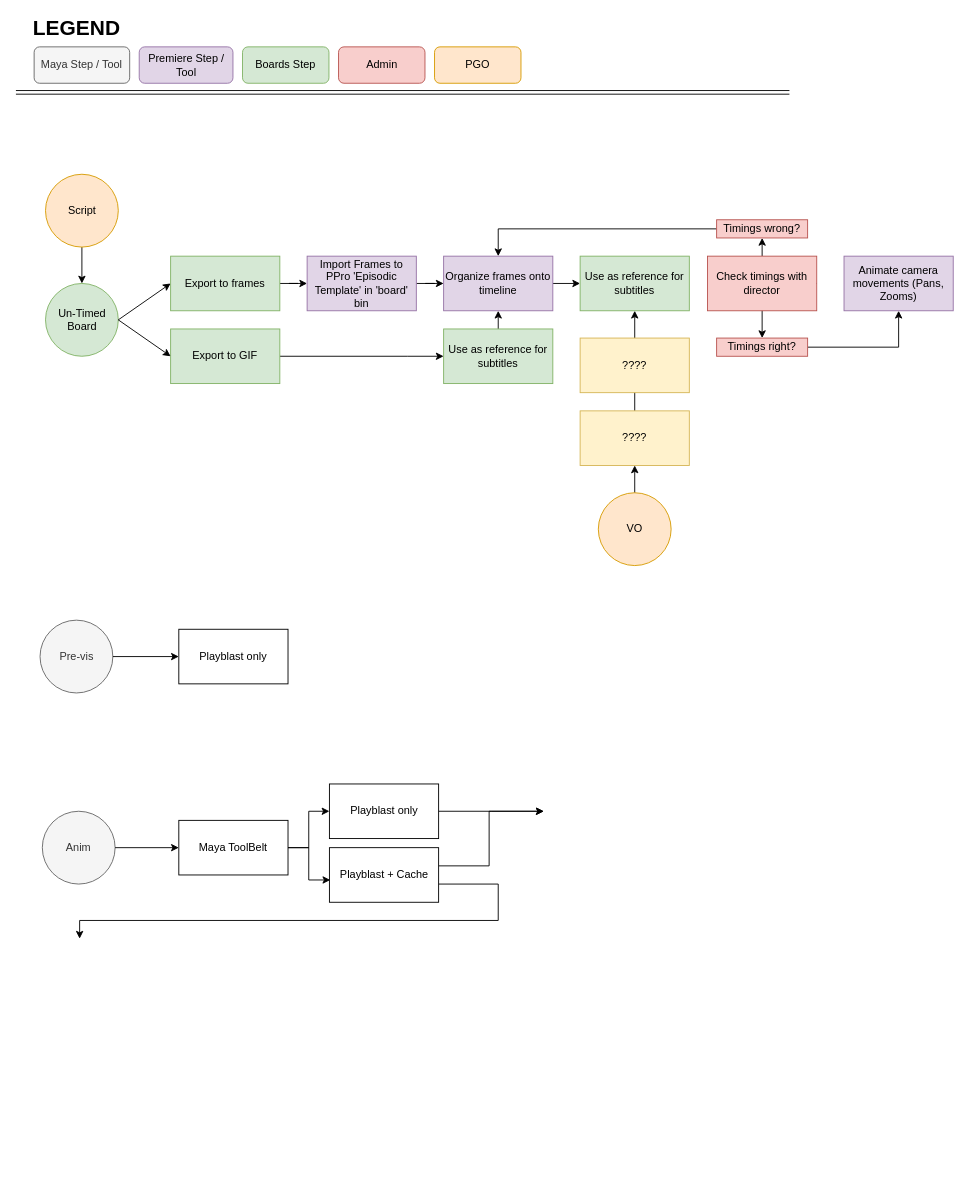
Before: PPro Pipeline Flowchart.drawio in jpntong/ElbowGrease, a draw.io diagram. Source tidied: cells renumbered, new cells numbered last; positions are measured from the earlier drawing's top-left corner, leaving out a move shared by most shapes. Both pictures are drawn from the tidied source at 91%, with x=0, y=0 at pixel (15, 19).
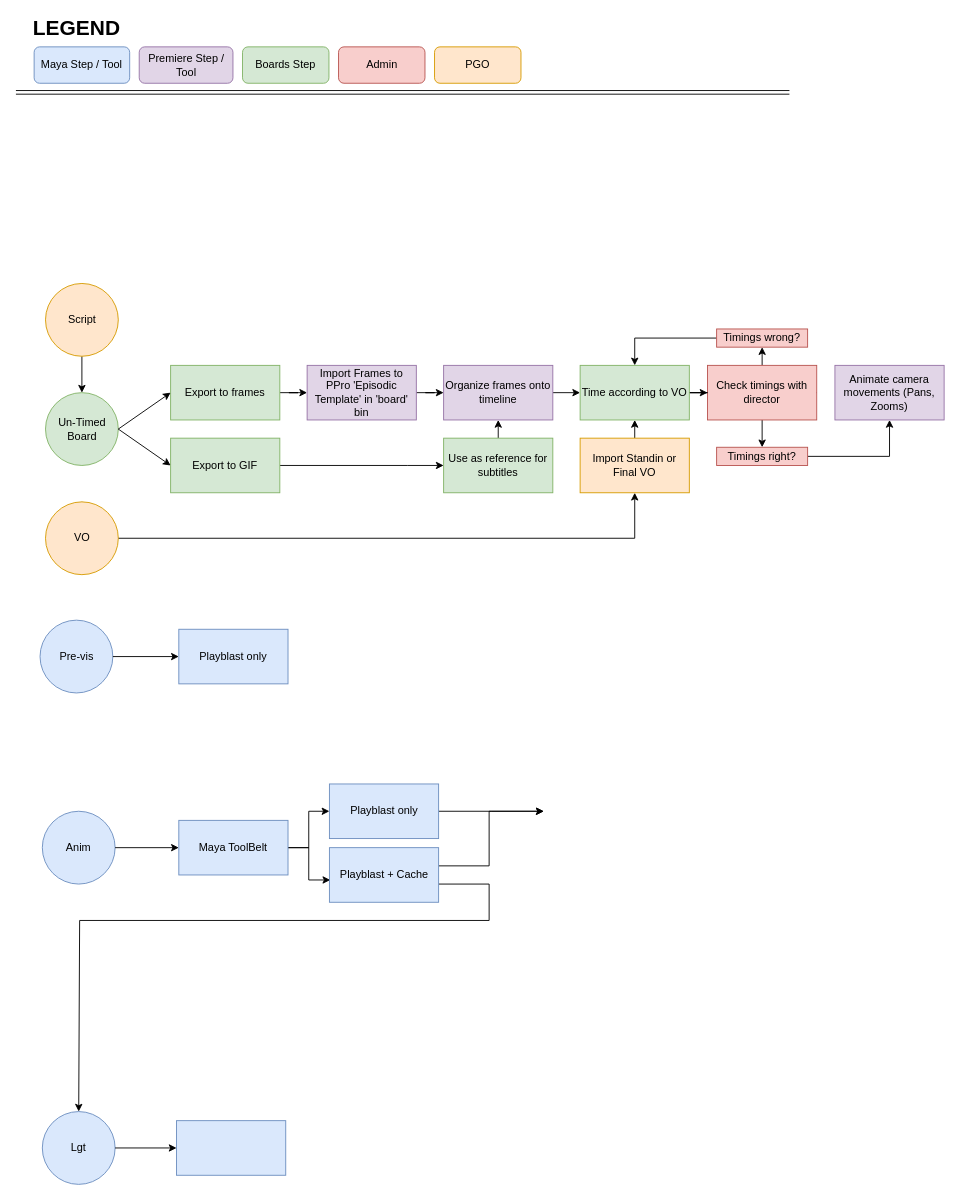
After the change.

Diff of the diagram source:
```diff
@@
-    <mxCell id="2" value="Pre-vis" style="ellipse;whiteSpace=wrap;html=1;fillColor=#f5f5f5;strokeColor=#666666;fontColor=#333333;" parent="1" vertex="1">
+    <mxCell id="2" value="Pre-vis" style="ellipse;whiteSpace=wrap;html=1;fillColor=#dae8fc;strokeColor=#6c8ebf;" parent="1" vertex="1">
       <mxGeometry x="26.5" y="660" width="80" height="80" as="geometry" />
     </mxCell>
-    <mxCell id="3" style="endArrow=classic;html=1;exitX=1;exitY=0.5;exitDx=0;exitDy=0;entryX=0;entryY=0.5;entryDx=0;entryDy=0;" parent="1" edge="1" source="2" target="40">
+    <mxCell id="3" style="endArrow=classic;html=1;exitX=1;exitY=0.5;exitDx=0;exitDy=0;entryX=0;entryY=0.5;entryDx=0;entryDy=0;fillColor=#dae8fc;strokeColor=#000000;" parent="1" edge="1" source="2" target="40">
       <mxGeometry relative="1" as="geometry" />
     </mxCell>
     <mxCell id="4" value="Un-Timed Board" style="ellipse;whiteSpace=wrap;html=1;fillColor=#d5e8d4;strokeColor=#82b366;" parent="1" vertex="1">
-      <mxGeometry x="32.5" y="290" width="80" height="80" as="geometry" />
+      <mxGeometry x="32.5" y="410" width="80" height="80" as="geometry" />
     </mxCell>
@@
     <mxCell id="6" value="Export to frames" style="rounded=0;whiteSpace=wrap;html=1;fillColor=#d5e8d4;strokeColor=#82b366;" parent="1" vertex="1">
-      <mxGeometry x="170" y="260" width="120" height="60" as="geometry" />
+      <mxGeometry x="170" y="380" width="120" height="60" as="geometry" />
     </mxCell>
@@
     <mxCell id="8" style="edgeStyle=orthogonalEdgeStyle;rounded=0;jettySize=auto;html=1;entryX=0;entryY=0.5;entryDx=0;entryDy=0;" parent="1" edge="1" source="9" target="12">
       <mxGeometry relative="1" as="geometry">
         <Array as="points">
-          <mxPoint x="430" y="370" />
-          <mxPoint x="430" y="370" />
+          <mxPoint x="430" y="490" />
+          <mxPoint x="430" y="490" />
         </Array>
       </mxGeometry>
     </mxCell>
     <mxCell id="9" value="Export to GIF" style="rounded=0;whiteSpace=wrap;html=1;fillColor=#d5e8d4;strokeColor=#82b366;" parent="1" vertex="1">
-      <mxGeometry x="170" y="340" width="120" height="60" as="geometry" />
+      <mxGeometry x="170" y="460" width="120" height="60" as="geometry" />
     </mxCell>
@@
     <mxCell id="12" value="Use as reference for subtitles" style="rounded=0;whiteSpace=wrap;html=1;fillColor=#d5e8d4;strokeColor=#82b366;" parent="1" vertex="1">
-      <mxGeometry x="470" y="340" width="120" height="60" as="geometry" />
+      <mxGeometry x="470" y="460" width="120" height="60" as="geometry" />
     </mxCell>
@@
     <mxCell id="14" value="Import Frames to PPro 'Episodic Template' in 'board' bin&lt;br&gt;" style="rounded=0;whiteSpace=wrap;html=1;fillColor=#e1d5e7;strokeColor=#9673a6;" parent="1" vertex="1">
-      <mxGeometry x="320" y="260" width="120" height="60" as="geometry" />
+      <mxGeometry x="320" y="380" width="120" height="60" as="geometry" />
     </mxCell>
@@
     <mxCell id="16" value="Organize frames onto timeline" style="rounded=0;whiteSpace=wrap;html=1;fillColor=#e1d5e7;strokeColor=#9673a6;" parent="1" vertex="1">
-      <mxGeometry x="470" y="260" width="120" height="60" as="geometry" />
+      <mxGeometry x="470" y="380" width="120" height="60" as="geometry" />
     </mxCell>
-    <mxCell id="17" value="Maya Step / Tool" style="rounded=1;whiteSpace=wrap;html=1;fillColor=#f5f5f5;strokeColor=#666666;fontColor=#333333;" parent="1" vertex="1">
+    <mxCell id="17" value="Maya Step / Tool" style="rounded=1;whiteSpace=wrap;html=1;fillColor=#dae8fc;strokeColor=#6c8ebf;" parent="1" vertex="1">
       <mxGeometry x="20" y="30" width="105" height="40" as="geometry" />
     </mxCell>
@@
     <mxCell id="22" style="edgeStyle=orthogonalEdgeStyle;rounded=0;jettySize=auto;html=1;exitX=1;exitY=0.5;exitDx=0;exitDy=0;" parent="1" edge="1" source="24" target="26">
       <mxGeometry relative="1" as="geometry">
         <Array as="points">
-          <mxPoint x="820" y="290" />
+          <mxPoint x="820" y="410" />
         </Array>
       </mxGeometry>
     </mxCell>
@@
     <mxCell id="24" value="Check timings with director&lt;br&gt;" style="rounded=0;whiteSpace=wrap;html=1;fillColor=#f8cecc;strokeColor=#b85450;" parent="1" vertex="1">
-      <mxGeometry x="760" y="260" width="120" height="60" as="geometry" />
+      <mxGeometry x="760" y="380" width="120" height="60" as="geometry" />
     </mxCell>
@@
     <mxCell id="26" value="Timings right?" style="rounded=0;whiteSpace=wrap;html=1;fillColor=#f8cecc;strokeColor=#b85450;" parent="1" vertex="1">
-      <mxGeometry x="770" y="350" width="100" height="20" as="geometry" />
+      <mxGeometry x="770" y="470" width="100" height="20" as="geometry" />
     </mxCell>
-    <mxCell id="27" style="edgeStyle=orthogonalEdgeStyle;rounded=0;jettySize=auto;html=1;exitX=0;exitY=0.5;exitDx=0;exitDy=0;" parent="1" edge="1" source="36" target="16">
-      <mxGeometry relative="1" as="geometry">
-        <Array as="points">
-          <mxPoint x="530" y="230" />
-        </Array>
-      </mxGeometry>
-    </mxCell>
     <mxCell id="28" value="Animate camera movements (Pans, Zooms)" style="rounded=0;whiteSpace=wrap;html=1;fillColor=#e1d5e7;strokeColor=#9673a6;" parent="1" vertex="1">
-      <mxGeometry x="910" y="260" width="120" height="60" as="geometry" />
+      <mxGeometry x="900" y="380" width="120" height="60" as="geometry" />
     </mxCell>
@@
     <mxCell id="32" value="Script" style="ellipse;whiteSpace=wrap;html=1;fillColor=#ffe6cc;strokeColor=#d79b00;" parent="1" vertex="1">
-      <mxGeometry x="32.5" y="170" width="80" height="80" as="geometry" />
+      <mxGeometry x="32.5" y="290" width="80" height="80" as="geometry" />
     </mxCell>
     <mxCell id="33" style="edgeStyle=orthogonalEdgeStyle;rounded=0;jettySize=auto;html=1;exitX=0.5;exitY=0;exitDx=0;exitDy=0;entryX=0.5;entryY=1;entryDx=0;entryDy=0;" parent="1" edge="1" source="34" target="38">
-      <mxGeometry relative="1" as="geometry" />
+      <mxGeometry relative="1" as="geometry">
+        <Array as="points">
+          <mxPoint x="73" y="570" />
+          <mxPoint x="680" y="570" />
+        </Array>
+      </mxGeometry>
     </mxCell>
     <mxCell id="34" value="VO" style="ellipse;whiteSpace=wrap;html=1;fillColor=#ffe6cc;strokeColor=#d79b00;" parent="1" vertex="1">
-      <mxGeometry x="640" y="520" width="80" height="80" as="geometry" />
+      <mxGeometry x="32.5" y="530" width="80" height="80" as="geometry" />
     </mxCell>
+    <mxCell id="51" style="edgeStyle=orthogonalEdgeStyle;rounded=0;jettySize=auto;html=1;entryX=0;entryY=0.5;entryDx=0;entryDy=0;" parent="1" edge="1" source="35" target="24">
+      <mxGeometry relative="1" as="geometry" />
+    </mxCell>
-    <mxCell id="35" value="Use as reference for subtitles" style="rounded=0;whiteSpace=wrap;html=1;fillColor=#d5e8d4;strokeColor=#82b366;" parent="1" vertex="1">
-      <mxGeometry x="620" y="260" width="120" height="60" as="geometry" />
+    <mxCell id="35" value="Time according to VO" style="rounded=0;whiteSpace=wrap;html=1;fillColor=#d5e8d4;strokeColor=#82b366;" parent="1" vertex="1">
+      <mxGeometry x="620" y="380" width="120" height="60" as="geometry" />
     </mxCell>
+    <mxCell id="52" style="edgeStyle=orthogonalEdgeStyle;rounded=0;jettySize=auto;html=1;entryX=0.5;entryY=0;entryDx=0;entryDy=0;" parent="1" edge="1" source="36" target="35">
+      <mxGeometry relative="1" as="geometry" />
+    </mxCell>
     <mxCell id="36" value="Timings wrong?" style="rounded=0;whiteSpace=wrap;html=1;fillColor=#f8cecc;strokeColor=#b85450;" parent="1" vertex="1">
-      <mxGeometry x="770" y="220" width="100" height="20" as="geometry" />
+      <mxGeometry x="770" y="340" width="100" height="20" as="geometry" />
     </mxCell>
@@
-    <mxCell id="38" value="????" style="rounded=0;whiteSpace=wrap;html=1;fillColor=#fff2cc;strokeColor=#d6b656;" parent="1" vertex="1">
-      <mxGeometry x="620" y="430" width="120" height="60" as="geometry" />
+    <mxCell id="38" value="Import Standin or Final VO" style="rounded=0;whiteSpace=wrap;html=1;fillColor=#ffe6cc;strokeColor=#d79b00;" parent="1" vertex="1">
+      <mxGeometry x="620" y="460" width="120" height="60" as="geometry" />
     </mxCell>
-    <mxCell id="39" value="????" style="rounded=0;whiteSpace=wrap;html=1;fillColor=#fff2cc;strokeColor=#d6b656;" parent="1" vertex="1">
-      <mxGeometry x="620" y="350" width="120" height="60" as="geometry" />
-    </mxCell>
-    <mxCell id="40" value="Playblast only" style="rounded=0;whiteSpace=wrap;html=1;" parent="1" vertex="1">
+    <mxCell id="40" value="Playblast only" style="rounded=0;whiteSpace=wrap;html=1;fillColor=#dae8fc;strokeColor=#6c8ebf;" parent="1" vertex="1">
       <mxGeometry x="179" y="670" width="120" height="60" as="geometry" />
     </mxCell>
-    <mxCell id="41" value="Anim" style="ellipse;whiteSpace=wrap;html=1;fillColor=#f5f5f5;strokeColor=#666666;fontColor=#333333;" parent="1" vertex="1">
+    <mxCell id="41" value="Anim" style="ellipse;whiteSpace=wrap;html=1;fillColor=#dae8fc;strokeColor=#6c8ebf;" parent="1" vertex="1">
       <mxGeometry x="29" y="870" width="80" height="80" as="geometry" />
     </mxCell>
-    <mxCell id="42" style="edgeStyle=orthogonalEdgeStyle;rounded=0;jettySize=auto;html=1;" parent="1" edge="1" source="44" target="47">
+    <mxCell id="42" style="edgeStyle=orthogonalEdgeStyle;rounded=0;jettySize=auto;html=1;fillColor=#dae8fc;strokeColor=#000000;" parent="1" edge="1" source="44" target="47">
       <mxGeometry relative="1" as="geometry" />
     </mxCell>
-    <mxCell id="43" style="edgeStyle=orthogonalEdgeStyle;rounded=0;jettySize=auto;html=1;exitX=1;exitY=0.5;exitDx=0;exitDy=0;entryX=0.008;entryY=0.592;entryDx=0;entryDy=0;entryPerimeter=0;" parent="1" edge="1" source="44" target="50">
+    <mxCell id="43" style="edgeStyle=orthogonalEdgeStyle;rounded=0;jettySize=auto;html=1;exitX=1;exitY=0.5;exitDx=0;exitDy=0;entryX=0.008;entryY=0.592;entryDx=0;entryDy=0;entryPerimeter=0;fillColor=#dae8fc;strokeColor=#000000;" parent="1" edge="1" source="44" target="50">
       <mxGeometry relative="1" as="geometry" />
     </mxCell>
-    <mxCell id="44" value="Maya ToolBelt" style="rounded=0;whiteSpace=wrap;html=1;" parent="1" vertex="1">
+    <mxCell id="44" value="Maya ToolBelt" style="rounded=0;whiteSpace=wrap;html=1;fillColor=#dae8fc;strokeColor=#6c8ebf;" parent="1" vertex="1">
       <mxGeometry x="179" y="880" width="120" height="60" as="geometry" />
     </mxCell>
-    <mxCell id="45" style="endArrow=classic;html=1;exitX=1;exitY=0.5;exitDx=0;exitDy=0;entryX=0;entryY=0.5;entryDx=0;entryDy=0;" parent="1" edge="1" source="41" target="44">
+    <mxCell id="45" style="endArrow=classic;html=1;exitX=1;exitY=0.5;exitDx=0;exitDy=0;entryX=0;entryY=0.5;entryDx=0;entryDy=0;fillColor=#dae8fc;strokeColor=#000000;" parent="1" edge="1" source="41" target="44">
       <mxGeometry relative="1" as="geometry" />
     </mxCell>
-    <mxCell id="46" style="edgeStyle=orthogonalEdgeStyle;rounded=0;jettySize=auto;html=1;" parent="1" edge="1" source="47">
+    <mxCell id="46" style="edgeStyle=orthogonalEdgeStyle;rounded=0;jettySize=auto;html=1;fillColor=#dae8fc;strokeColor=#000000;" parent="1" edge="1" source="47">
       <mxGeometry relative="1" as="geometry">
         <mxPoint x="580" y="870" as="targetPoint" />
       </mxGeometry>
     </mxCell>
-    <mxCell id="47" value="Playblast only" style="rounded=0;whiteSpace=wrap;html=1;" parent="1" vertex="1">
+    <mxCell id="47" value="Playblast only" style="rounded=0;whiteSpace=wrap;html=1;fillColor=#dae8fc;strokeColor=#6c8ebf;" parent="1" vertex="1">
       <mxGeometry x="344.5" y="840" width="120" height="60" as="geometry" />
     </mxCell>
-    <mxCell id="48" style="edgeStyle=orthogonalEdgeStyle;rounded=0;jettySize=auto;html=1;" parent="1" edge="1" source="50">
+    <mxCell id="48" style="edgeStyle=orthogonalEdgeStyle;rounded=0;jettySize=auto;html=1;fillColor=#dae8fc;strokeColor=#000000;" parent="1" edge="1" source="50">
       <mxGeometry relative="1" as="geometry">
         <mxPoint x="580" y="870" as="targetPoint" />
         <Array as="points">
           <mxPoint x="520" y="930" />
           <mxPoint x="520" y="870" />
         </Array>
       </mxGeometry>
     </mxCell>
-    <mxCell id="49" style="edgeStyle=orthogonalEdgeStyle;rounded=0;jettySize=auto;html=1;" parent="1" edge="1" source="50">
+    <mxCell id="49" style="edgeStyle=orthogonalEdgeStyle;rounded=0;jettySize=auto;html=1;entryX=0.5;entryY=0;entryDx=0;entryDy=0;fillColor=#dae8fc;strokeColor=#000000;" parent="1" edge="1" source="50" target="53">
       <mxGeometry relative="1" as="geometry">
-        <mxPoint x="70" y="1010" as="targetPoint" />
         <Array as="points">
-          <mxPoint x="530" y="950" />
-          <mxPoint x="530" y="990" />
+          <mxPoint x="520" y="950" />
+          <mxPoint x="520" y="990" />
           <mxPoint x="70" y="990" />
         </Array>
       </mxGeometry>
     </mxCell>
-    <mxCell id="50" value="Playblast + Cache" style="rounded=0;whiteSpace=wrap;html=1;" parent="1" vertex="1">
+    <mxCell id="50" value="Playblast + Cache" style="rounded=0;whiteSpace=wrap;html=1;fillColor=#dae8fc;strokeColor=#6c8ebf;" parent="1" vertex="1">
       <mxGeometry x="344.5" y="910" width="120" height="60" as="geometry" />
     </mxCell>
+    <mxCell id="53" value="Lgt" style="ellipse;whiteSpace=wrap;html=1;fillColor=#dae8fc;strokeColor=#6c8ebf;" parent="1" vertex="1">
+      <mxGeometry x="29" y="1200" width="80" height="80" as="geometry" />
+    </mxCell>
+    <mxCell id="54" style="rounded=0;whiteSpace=wrap;html=1;fillColor=#dae8fc;strokeColor=#6c8ebf;" parent="1" vertex="1">
+      <mxGeometry x="176.5" y="1210" width="120" height="60" as="geometry" />
+    </mxCell>
+    <mxCell id="55" style="endArrow=classic;html=1;exitX=1;exitY=0.5;exitDx=0;exitDy=0;entryX=0;entryY=0.5;entryDx=0;entryDy=0;fillColor=#dae8fc;strokeColor=#000000;" parent="1" edge="1" source="53" target="54">
+      <mxGeometry relative="1" as="geometry" />
+    </mxCell>
```
